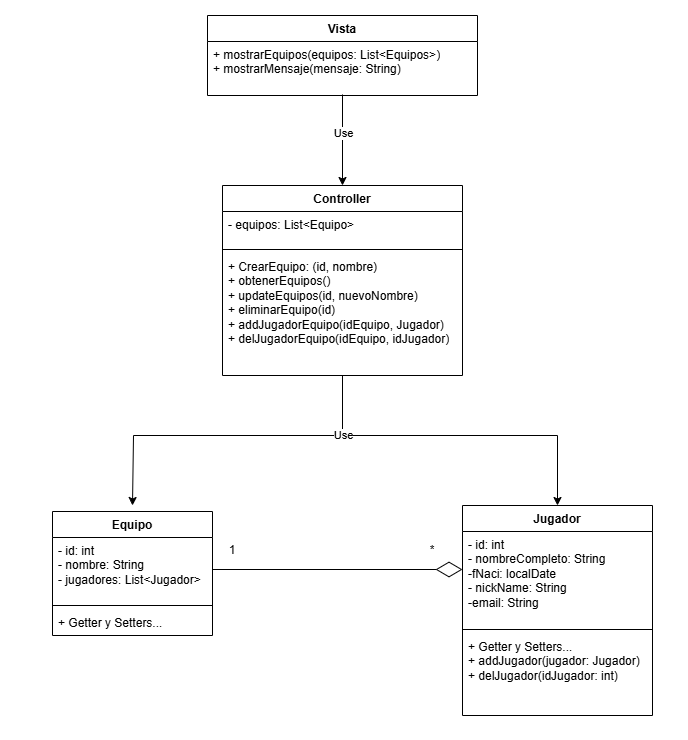
Before: diagrams/clases.png, a diagram exported from draw.io (Screvas/torneo-esports-uml). Source tidied: cells renumbered, new cells last; positions are measured from the earlier drawing's top-left corner, leaving out a move shared by most shapes.
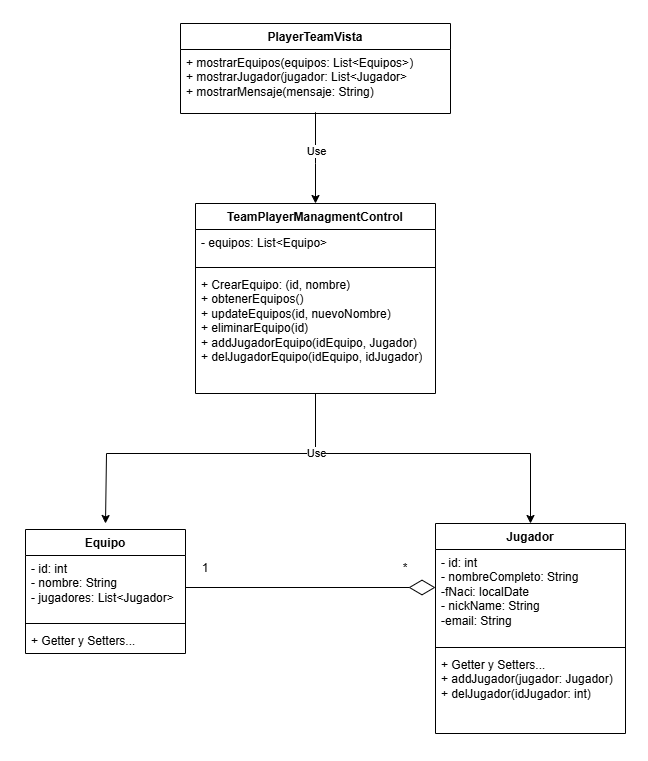
The same diagram one commit later.

Commit message:
correcion de modelo de clases.png

What changed in the source:
```diff
@@ -31,7 +31,7 @@
     <mxCell id="10" value="+ Getter y Setters...&lt;div&gt;+ addJugador(jugador: Jugador)&lt;/div&gt;&lt;div&gt;+ delJugador(idJugador: int)&lt;/div&gt;" style="text;strokeColor=none;fillColor=none;align=left;verticalAlign=top;spacingLeft=4;spacingRight=4;overflow=hidden;whiteSpace=wrap;html=1;" parent="7" vertex="1">
       <mxGeometry y="128" width="190" height="82" as="geometry" />
     </mxCell>
-    <mxCell id="11" value="Controller" style="swimlane;fontStyle=1;align=center;verticalAlign=top;horizontal=1;startSize=26;whiteSpace=wrap;html=1;" parent="1" vertex="1">
+    <mxCell id="11" value="TeamPlayerManagmentControl" style="swimlane;fontStyle=1;align=center;verticalAlign=top;horizontal=1;startSize=26;whiteSpace=wrap;html=1;" parent="1" vertex="1">
       <mxGeometry x="170" y="170" width="240" height="190" as="geometry" />
     </mxCell>
     <mxCell id="12" value="- equipos: List&amp;lt;Equipo&amp;gt;" style="text;strokeColor=none;fillColor=none;align=left;verticalAlign=top;spacingLeft=4;spacingRight=4;overflow=hidden;whiteSpace=wrap;html=1;" parent="11" vertex="1">
@@ -43,11 +43,11 @@
     <mxCell id="14" value="+ CrearEquipo: (id, nombre)&lt;div&gt;+ obtenerEquipos()&lt;/div&gt;&lt;div&gt;+ updateEquipos(id, nuevoNombre)&lt;/div&gt;&lt;div&gt;+ eliminarEquipo(id)&lt;/div&gt;&lt;div&gt;+ addJugadorEquipo(idEquipo, Jugador)&lt;/div&gt;&lt;div&gt;+ delJugadorEquipo(idEquipo, idJugador)&lt;/div&gt;" style="text;strokeColor=none;fillColor=none;align=left;verticalAlign=top;spacingLeft=4;spacingRight=4;overflow=hidden;points=[[0,0.5],[1,0.5]];portConstraint=eastwest;whiteSpace=wrap;html=1;" parent="11" vertex="1">
       <mxGeometry y="68" width="240" height="122" as="geometry" />
     </mxCell>
-    <mxCell id="15" value="Vista" style="swimlane;fontStyle=1;align=center;verticalAlign=top;horizontal=1;startSize=26;whiteSpace=wrap;html=1;" parent="1" vertex="1">
-      <mxGeometry x="155" width="270" height="80" as="geometry" />
+    <mxCell id="15" value="PlayerTeamVista" style="swimlane;fontStyle=1;align=center;verticalAlign=top;horizontal=1;startSize=26;whiteSpace=wrap;html=1;" parent="1" vertex="1">
+      <mxGeometry x="155" y="-10" width="270" height="90" as="geometry" />
     </mxCell>
-    <mxCell id="16" value="&lt;div&gt;+ mostrarEquipos(equipos: List&amp;lt;Equipos&amp;gt;)&lt;/div&gt;&lt;div&gt;+ mostrarMensaje(mensaje: String)&lt;/div&gt;" style="text;strokeColor=none;fillColor=none;align=left;verticalAlign=top;spacingLeft=4;spacingRight=4;overflow=hidden;points=[[0,0.5],[1,0.5]];portConstraint=eastwest;whiteSpace=wrap;html=1;" parent="15" vertex="1">
-      <mxGeometry y="26" width="270" height="54" as="geometry" />
+    <mxCell id="16" value="&lt;div&gt;+ mostrarEquipos(equipos: List&amp;lt;Equipos&amp;gt;)&lt;/div&gt;&lt;div&gt;+ mostrarJugador(jugador: List&amp;lt;Jugador&amp;gt;&lt;/div&gt;&lt;div&gt;+ mostrarMensaje(mensaje: String)&lt;/div&gt;" style="text;strokeColor=none;fillColor=none;align=left;verticalAlign=top;spacingLeft=4;spacingRight=4;overflow=hidden;points=[[0,0.5],[1,0.5]];portConstraint=eastwest;whiteSpace=wrap;html=1;" parent="15" vertex="1">
+      <mxGeometry y="26" width="270" height="64" as="geometry" />
     </mxCell>
     <mxCell id="17" value="1" style="text;html=1;align=center;verticalAlign=middle;whiteSpace=wrap;rounded=0;" parent="1" vertex="1">
       <mxGeometry x="150" y="520" width="60" height="30" as="geometry" />
@@ -56,7 +56,12 @@
       <mxGeometry x="350" y="520" width="60" height="30" as="geometry" />
     </mxCell>
     <mxCell id="19" style="edgeStyle=orthogonalEdgeStyle;rounded=0;jettySize=auto;html=1;exitX=0.5;exitY=0.981;exitDx=0;exitDy=0;entryX=0.5;entryY=0;entryDx=0;entryDy=0;exitPerimeter=0;" parent="1" edge="1" source="16" target="11">
-      <mxGeometry relative="1" as="geometry" />
+      <mxGeometry relative="1" as="geometry">
+        <Array as="points">
+          <mxPoint x="290" y="130" />
+          <mxPoint x="290" y="130" />
+        </Array>
+      </mxGeometry>
     </mxCell>
     <mxCell id="20" value="Use" style="edgeLabel;html=1;align=center;verticalAlign=middle;" parent="19" vertex="1">
       <mxGeometry x="-0.14" relative="1" as="geometry" />
```
